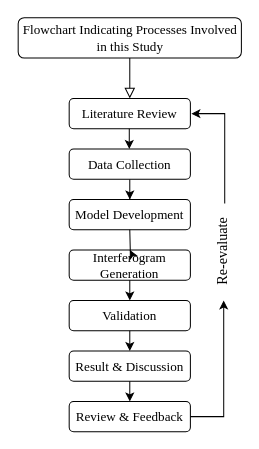
The draw.io diagram docs/Untitled Diagram.drawio in durerimon/anuga_core, before the edit. Source tidied: cells renumbered, new cells numbered last; positions are measured from the earlier drawing's top-left corner, leaving out a move shared by most shapes. Both pictures are drawn from the tidied source at 101%, with x=0, y=0 at pixel (17, 17).
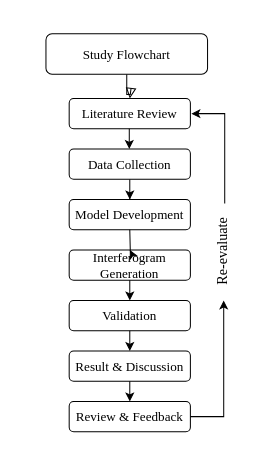
The same page after the edit.

The edit, as a diff of the source:
```diff
@@
-    <mxCell id="3" value="Flowchart Indicating Processes Involved&lt;br&gt;in this Study" style="rounded=1;whiteSpace=wrap;html=1;fontSize=13;glass=0;strokeWidth=1;shadow=0;fontFamily=Times New Roman;" parent="1" vertex="1">
-      <mxGeometry x="0.5" width="221" height="40" as="geometry" />
+    <mxCell id="3" value="Study Flowchart" style="rounded=1;whiteSpace=wrap;html=1;fontSize=13;glass=0;strokeWidth=1;shadow=0;fontFamily=Times New Roman;" parent="1" vertex="1">
+      <mxGeometry x="28" y="16" width="160" height="40" as="geometry" />
     </mxCell>
```
